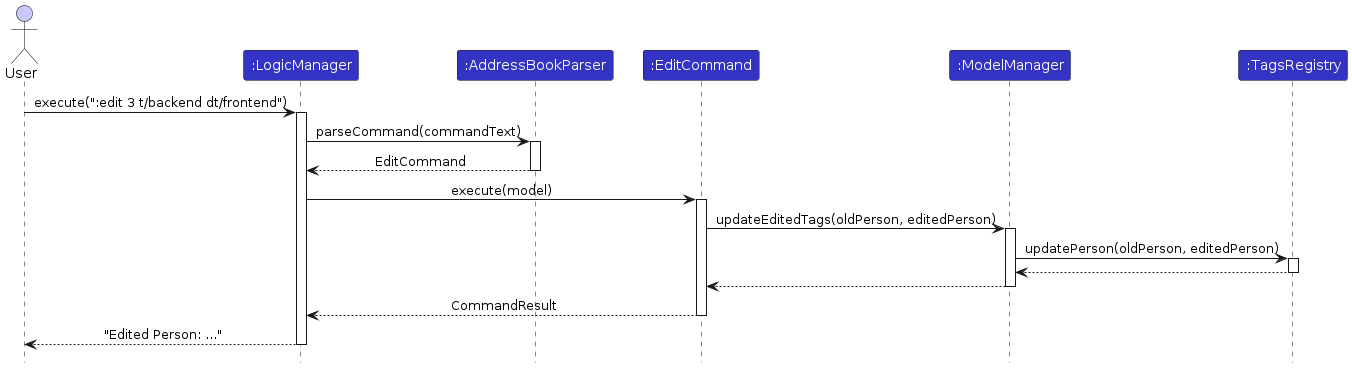
Earlier version of the PlantUML export diagrams/TagsManagementEditSequenceDiagram.png (AY2526S2-CS2103T-T15-4/tp). Its source is kept beside it as diagrams/TagsManagementEditSequenceDiagram.puml. Source of this version:
```plantuml
@startuml
!include style.puml
skinparam ArrowFontStyle plain

actor User LOGIC_COLOR_T1
participant ":LogicManager" as Logic LOGIC_COLOR
participant ":AddressBookParser" as Parser LOGIC_COLOR
participant ":EditCommand" as EditCommand LOGIC_COLOR
participant ":ModelManager" as Model LOGIC_COLOR
participant ":TagsRegistry" as Registry LOGIC_COLOR

User -> Logic : execute(":edit 3 t/backend dt/frontend")
activate Logic

Logic -> Parser : parseCommand(commandText)
activate Parser
Parser --> Logic : EditCommand
deactivate Parser

Logic -> EditCommand : execute(model)
activate EditCommand
EditCommand -> Model : updateEditedTags(oldPerson, editedPerson)
activate Model
Model -> Registry : updatePerson(oldPerson, editedPerson)
activate Registry
Registry --> Model
deactivate Registry
Model --> EditCommand
deactivate Model
EditCommand --> Logic : CommandResult
deactivate EditCommand

Logic --> User : "Edited Person: ..."
deactivate Logic
@enduml
```
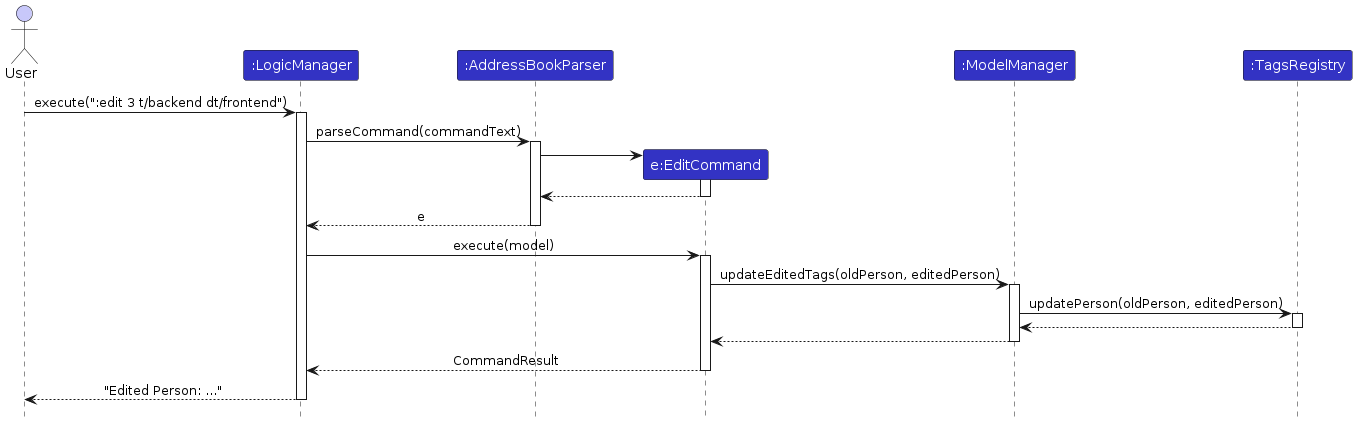
After the commit.

Change to the diagram source:
```diff
@@ -5,7 +5,7 @@
 actor User LOGIC_COLOR_T1
 participant ":LogicManager" as Logic LOGIC_COLOR
 participant ":AddressBookParser" as Parser LOGIC_COLOR
-participant ":EditCommand" as EditCommand LOGIC_COLOR
+participant "e:EditCommand" as EditCommand LOGIC_COLOR
 participant ":ModelManager" as Model LOGIC_COLOR
 participant ":TagsRegistry" as Registry LOGIC_COLOR
 
@@ -14,7 +14,12 @@
 
 Logic -> Parser : parseCommand(commandText)
 activate Parser
-Parser --> Logic : EditCommand
+create EditCommand
+Parser -> EditCommand
+activate EditCommand
+EditCommand --> Parser
+deactivate EditCommand
+Parser --> Logic : e
 deactivate Parser
 
 Logic -> EditCommand : execute(model)
```
